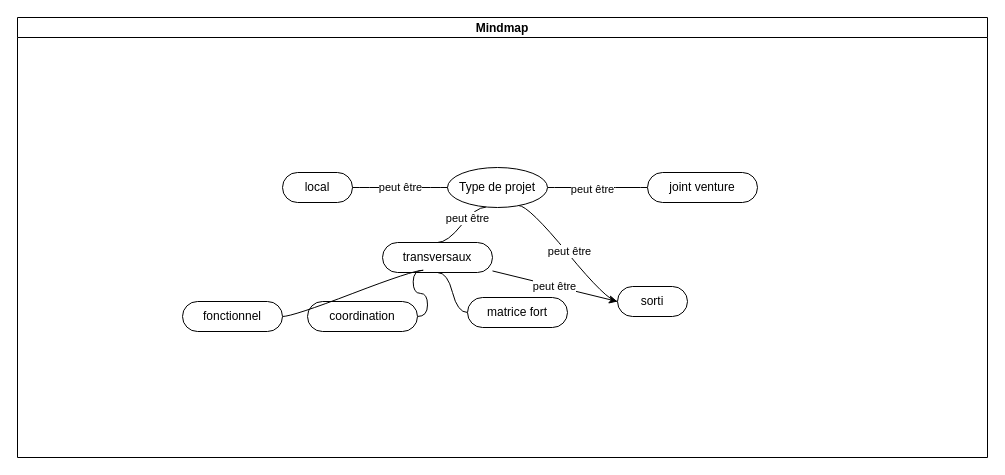
Before: GDP_typeProjet.drawio in GillesSuivre/GestionProjet, a draw.io diagram. Source tidied: cells renumbered, new cells numbered last; positions are measured from the earlier drawing's top-left corner, leaving out a move shared by most shapes. Both pictures are drawn from the tidied source at 100%, with x=0, y=0 at pixel (17, 17).
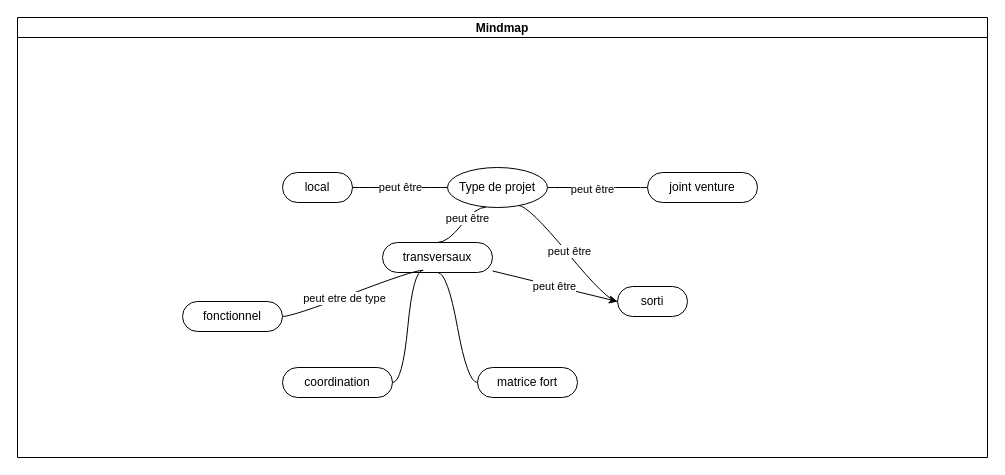
The same page after the edit.

Commit message:
Mettre à jour GDP_typeProjet.drawio

The change refers to these unchanged cells:
```xml
<mxCell id="2" value="Mindmap" style="swimlane;startSize=20;horizontal=1;containerType=tree;" parent="1" vertex="1">
  <mxGeometry width="970" height="440" as="geometry" />
</mxCell>
<mxCell id="20" style="edgeStyle=entityRelationEdgeStyle;startArrow=none;endArrow=none;segment=10;curved=1;sourcePerimeterSpacing=0;targetPerimeterSpacing=0;rounded=0;exitX=0.37;exitY=0.925;exitDx=0;exitDy=0;exitPerimeter=0;" parent="2" edge="1" source="15" target="21">
  <mxGeometry relative="1" as="geometry" />
</mxCell>
```

Diff of the diagram source:
```diff
@@
     <mxCell id="17" value="matrice fort" style="whiteSpace=wrap;html=1;rounded=1;arcSize=50;align=center;verticalAlign=middle;strokeWidth=1;spacing=4;newEdgeStyle={&quot;edgeStyle&quot;:&quot;entityRelationEdgeStyle&quot;,&quot;startArrow&quot;:&quot;none&quot;,&quot;endArrow&quot;:&quot;none&quot;,&quot;segment&quot;:10,&quot;curved&quot;:1,&quot;sourcePerimeterSpacing&quot;:0,&quot;targetPerimeterSpacing&quot;:0};" parent="2" vertex="1">
-      <mxGeometry x="450" y="280" width="100" height="30" as="geometry" />
+      <mxGeometry x="460" y="350" width="100" height="30" as="geometry" />
     </mxCell>
@@
     <mxCell id="19" value="coordination" style="whiteSpace=wrap;html=1;rounded=1;arcSize=50;align=center;verticalAlign=middle;strokeWidth=1;spacing=4;newEdgeStyle={&quot;edgeStyle&quot;:&quot;entityRelationEdgeStyle&quot;,&quot;startArrow&quot;:&quot;none&quot;,&quot;endArrow&quot;:&quot;none&quot;,&quot;segment&quot;:10,&quot;curved&quot;:1,&quot;sourcePerimeterSpacing&quot;:0,&quot;targetPerimeterSpacing&quot;:0};" parent="2" vertex="1">
-      <mxGeometry x="290" y="284" width="110" height="30" as="geometry" />
+      <mxGeometry x="265" y="350" width="110" height="30" as="geometry" />
     </mxCell>
@@
+    <mxCell id="23" value="peut etre de type" style="edgeLabel;html=1;align=center;verticalAlign=middle;" parent="20" vertex="1">
+      <mxGeometry x="0.13" y="1" relative="1" as="geometry" />
+    </mxCell>
```
